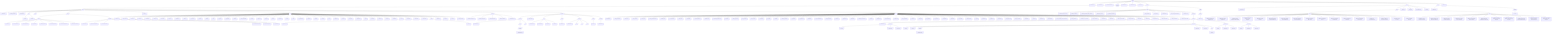
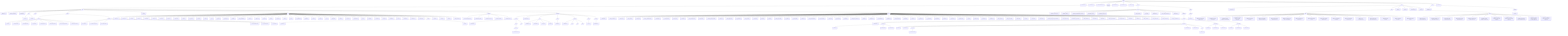
- %% antcrate tree — generated 2026-07-14T18:35:04Z
+ %% antcrate tree — generated 2026-07-16T00:10:52Z
graph TD
  root(["antcrate"])
  1["AGENTS.md"]
  root --> 1
  2["CLAUDE.md"]
  root --> 2
  3["CONTRIBUTING.md"]
  root --> 3
  4[(LICENSE)]
  root --> 4
  5["README.md"]
  root --> 5
  6["SECURITY.md"]
  root --> 6
  7["SKILL.md"]
  root --> 7
  8[/assets/]
  root --> 8
  8a[/code/]
  8 --> 8a
  8a1["AGENTS.md"]
  8a --> 8a1
  8a2["CLAUDE_CODE.md"]
  8a --> 8a2
  8a3["README.md"]
  8a --> 8a3
  8a4[/bin/]
  8a --> 8a4
  8a4a["antcrate"]
  8a4 --> 8a4a
  8a4b["antcrated"]
  8a4 --> 8a4b
  8a5[/core/]
  8a --> 8a5
  8a6[/hooks/]
  8a --> 8a6
  8a6a[/claude/]
  8a6 --> 8a6a
  8a6a1["_zones.sh"]
  8a6a --> 8a6a1
  8a6a2["activity-emitter.sh"]
  8a6a --> 8a6a2
  8a6a3["cost-anticipator.sh"]
  8a6a --> 8a6a3
  8a6a4["env-guard.sh"]
  8a6a --> 8a6a4
  8a6a5["gateway-guard.sh"]
  8a6a --> 8a6a5
  8a6a6["local-install-guard.sh"]
  8a6a --> 8a6a6
  8a6a7["session-budget-guard.sh"]
  8a6a --> 8a6a7
  8a6a8["shellcheck-on-save.sh"]
  8a6a --> 8a6a8
  8a6b[/templates/]
  8a6 --> 8a6b
  8a6b1["pre-commit-ci"]
  8a6b --> 8a6b1
  8a6b2["pre-commit-docsguard"]
  8a6b --> 8a6b2
  8a6b3["pre-commit-secrets"]
  8a6b --> 8a6b3
  8a6b4["pre-commit-stack-bash"]
  8a6b --> 8a6b4
  8a6b5["pre-push-docsguard"]
  8a6b --> 8a6b5
  8a6b6["pre-push-tests"]
  8a6b --> 8a6b6
  8a7["install.sh"]
  8a --> 8a7
  8a8[/lib/]
  8a --> 8a8
  8a8a["address.sh"]
  8a8 --> 8a8a
  8a8b["agent_init.sh"]
  8a8 --> 8a8b
  8a8c["anchor.sh"]
  8a8 --> 8a8c
  8a8d["backup.sh"]
  8a8 --> 8a8d
  8a8e["bootstrap.sh"]
  8a8 --> 8a8e
  8a8f["cleanup.sh"]
  8a8 --> 8a8f
  8a8g["commit.sh"]
  8a8 --> 8a8g
  8a8h["devops.sh"]
  8a8 --> 8a8h
  8a8i["diagrams.sh"]
  8a8 --> 8a8i
  8a8j["duties.sh"]
  8a8 --> 8a8j
  8a8k["env_scan.sh"]
  8a8 --> 8a8k
  8a8l["events.sh"]
  8a8 --> 8a8l
  8a8m["fetch.sh"]
  8a8 --> 8a8m
  8a8n["gh.sh"]
  8a8 --> 8a8n
  8a8o["git_init.sh"]
  8a8 --> 8a8o
  8a8p["git_triage.sh"]
  8a8 --> 8a8p
  8a8q["health.sh"]
  8a8 --> 8a8q
  8a8r["hook_autoinstall.sh"]
  8a8 --> 8a8r
  8a8s["hooks.sh"]
  8a8 --> 8a8s
  8a8t["hygiene.sh"]
  8a8 --> 8a8t
  8a8u["ingest.sh"]
  8a8 --> 8a8u
  8a8v["intel.sh"]
  8a8 --> 8a8v
  8a8w["lifecycle.sh"]
  8a8 --> 8a8w
  8a8x["lock.sh"]
  8a8 --> 8a8x
  8a8y["log.sh"]
  8a8 --> 8a8y
  8a8z["md_scaffold.sh"]
  8a8 --> 8a8z
  8a8aa["migrate.sh"]
  8a8 --> 8a8aa
  8a8ab["paths.sh"]
  8a8 --> 8a8ab
  8a8ac["policy.sh"]
  8a8 --> 8a8ac
  8a8ad["pp.sh"]
  8a8 --> 8a8ad
  8a8ae["preflight.sh"]
  8a8 --> 8a8ae
  8a8af["profile.sh"]
  8a8 --> 8a8af
  8a8ag["propose.sh"]
  8a8 --> 8a8ag
  8a8ah["quarantine.sh"]
  8a8 --> 8a8ah
  8a8ai["rag.sh"]
  8a8 --> 8a8ai
  8a8aj["registry.sh"]
  8a8 --> 8a8aj
  8a8ak["relocate.sh"]
  8a8 --> 8a8ak
  8a8al["safety.sh"]
  8a8 --> 8a8al
  8a8am["scaffold.sh"]
  8a8 --> 8a8am
  8a8an["scan.sh"]
  8a8 --> 8a8an
  8a8ao["schema.sh"]
  8a8 --> 8a8ao
  8a8ap["selfcheck.sh"]
  8a8 --> 8a8ap
  8a8aq["subbranch.sh"]
  8a8 --> 8a8aq
  8a8ar[/targets/]
  8a8 --> 8a8ar
  8a8ar1["git_mirror.sh"]
  8a8ar --> 8a8ar1
  8a8ar2["local.sh"]
  8a8ar --> 8a8ar2
  8a8as["targets.sh"]
  8a8 --> 8a8as
  8a8at["tooling.sh"]
  8a8 --> 8a8at
  8a8au["watch.sh"]
  8a8 --> 8a8au
  8a8av["watch_window.sh"]
  8a8 --> 8a8av
  8a9[/systemd/]
  8a --> 8a9
  8a9a["antcrate-backup.service"]
  8a9 --> 8a9a
  8a9b["antcrate-backup.timer"]
  8a9 --> 8a9b
  8a9c["antcrate-intel.service"]
  8a9 --> 8a9c
  8a9d["antcrate-intel.timer"]
  8a9 --> 8a9d
  8a9e["antcrated.service"]
  8a9 --> 8a9e
  8a10[/templates/]
  8a --> 8a10
  8a10a[/_generic/]
  8a10 --> 8a10a
  8a10a1["README.md"]
  8a10a --> 8a10a1
  8a10a2[/docs/]
  8a10a --> 8a10a2
  8a10a2a[/diagrams/]
  8a10a2 --> 8a10a2a
  8a10a2a1["architecture.mmd"]
  8a10a2a --> 8a10a2a1
  8a10a3[/src/]
  8a10a --> 8a10a3
  8a10b["config.example"]
  8a10 --> 8a10b
  8a10c[/md/]
  8a10 --> 8a10c
  8a10c1["AGENTS.md"]
  8a10c --> 8a10c1
  8a10c2["CLAUDE.md"]
  8a10c --> 8a10c2
  8a10c3["ledger.md"]
  8a10c --> 8a10c3
  8a10c4["state.md"]
  8a10c --> 8a10c4
  8a10d[/notes/]
  8a10 --> 8a10d
  8a10d1["INDEX.md"]
  8a10d --> 8a10d1
  8a10e[/projects/]
  8a10 --> 8a10e
  8a10e1["README.md"]
  8a10e --> 8a10e1
  8a10e2[/docs/]
  8a10e --> 8a10e2
  8a10e3[/src/]
  8a10e --> 8a10e3
  8a10e4[/tests/]
  8a10e --> 8a10e4
  8a10f[/scripts/]
  8a10 --> 8a10f
  8a10f1["main.sh"]
  8a10f --> 8a10f1
  8a10g[/webapps/]
  8a10 --> 8a10g
  8a10g1["README.md"]
  8a10g --> 8a10g1
  8a11[/tests/]
  8a --> 8a11
  8a11a["README.md"]
  8a11 --> 8a11a
  8a11b["activity_emitter.bats"]
  8a11 --> 8a11b
  8a11c["address.bats"]
  8a11 --> 8a11c
  8a11d["agent_init.bats"]
  8a11 --> 8a11d
  8a11e["backup.bats"]
  8a11 --> 8a11e
  8a11f["backup_orchestrator.bats"]
  8a11 --> 8a11f
  8a11g["bootstrap.bats"]
  8a11 --> 8a11g
  8a11h["ci_snapshot.bats"]
  8a11 --> 8a11h
  8a11i["cleanup.bats"]
  8a11 --> 8a11i
  8a11j["commit.bats"]
  8a11 --> 8a11j
  8a11k["cost_anticipator.bats"]
  8a11 --> 8a11k
  8a11l["diagrams.bats"]
  8a11 --> 8a11l
  8a11m["docsguard_templates.bats"]
  8a11 --> 8a11m
  8a11n["duties.bats"]
  8a11 --> 8a11n
  8a11o["duties_typed.bats"]
  8a11 --> 8a11o
  8a11p["env_guard.bats"]
  8a11 --> 8a11p
  8a11q["env_scan.bats"]
  8a11 --> 8a11q
  8a11r["events.bats"]
  8a11 --> 8a11r
  8a11s["fetch.bats"]
  8a11 --> 8a11s
  8a11t["gate.bats"]
  8a11 --> 8a11t
  8a11u["gateway_guard.bats"]
  8a11 --> 8a11u
  8a11v["git_init.bats"]
  8a11 --> 8a11v
  8a11w["git_triage.bats"]
  8a11 --> 8a11w
  8a11x["health.bats"]
  8a11 --> 8a11x
  8a11y["hook_autoinstall.bats"]
  8a11 --> 8a11y
  8a11z["hook_smoke.bats"]
  8a11 --> 8a11z
  8a11aa["hooks.bats"]
  8a11 --> 8a11aa
  8a11ab["hygiene.bats"]
  8a11 --> 8a11ab
  8a11ac["ingest.bats"]
  8a11 --> 8a11ac
  8a11ad["install_from_source.bats"]
  8a11 --> 8a11ad
  8a11ae["intel.bats"]
  8a11 --> 8a11ae
  8a11af["lifecycle.bats"]
  8a11 --> 8a11af
  8a11ag["md_scaffold.bats"]
  8a11 --> 8a11ag
  8a11ah["migrate.bats"]
  8a11 --> 8a11ah
  8a11ai["new_bundle.bats"]
  8a11 --> 8a11ai
  8a11aj["paths.bats"]
  8a11 --> 8a11aj
  8a11ak["policy.bats"]
  8a11 --> 8a11ak
  8a11al["pp_gate.bats"]
  8a11 --> 8a11al
  8a11am["pp_panel.bats"]
  8a11 --> 8a11am
  8a11an["preflight.bats"]
  8a11 --> 8a11an
  8a11ao["profile.bats"]
  8a11 --> 8a11ao
  8a11ap["propose.bats"]
  8a11 --> 8a11ap
  8a11aq["quarantine.bats"]
  8a11 --> 8a11aq
  8a11ar["rag.bats"]
  8a11 --> 8a11ar
  8a11as["register.bats"]
  8a11 --> 8a11as
  8a11at["registry.bats"]
  8a11 --> 8a11at
  8a11au["relocate.bats"]
  8a11 --> 8a11au
  8a11av["safety_gate.bats"]
  8a11 --> 8a11av
  8a11aw["safety_zones.bats"]
  8a11 --> 8a11aw
  8a11ax["scaffold.bats"]
  8a11 --> 8a11ax
  8a11ay["scan.bats"]
  8a11 --> 8a11ay
  8a11az["schema.bats"]
  8a11 --> 8a11az
  8a11ba["selfcheck.bats"]
  8a11 --> 8a11ba
  8a11bb["session_budget_guard_models.bats"]
  8a11 --> 8a11bb
  8a11bc["session_gate.bats"]
  8a11 --> 8a11bc
  8a11bd["shellcheck_on_save.bats"]
  8a11 --> 8a11bd
  8a11be["skills_builder.bats"]
  8a11 --> 8a11be
  8a11bf["subcmd.bats"]
  8a11 --> 8a11bf
  8a11bg["targets.bats"]
  8a11 --> 8a11bg
  8a11bh["targets_git_mirror.bats"]
  8a11 --> 8a11bh
  8a11bi["targets_local.bats"]
  8a11 --> 8a11bi
  8a11bj["tooling.bats"]
  8a11 --> 8a11bj
  8a11bk["watch.bats"]
  8a11 --> 8a11bk
  8a11bl["watch_live.bats"]
  8a11 --> 8a11bl
  8a11bm["watch_smoke.bats"]
  8a11 --> 8a11bm
  8a11bn["watch_window.bats"]
  8a11 --> 8a11bn
  8a11bo["wrapper_dispatch.bats"]
  8a11 --> 8a11bo
  8b[/docs/]
  8 --> 8b
  8b1["AntCrate_blueprint_v0.pdf"]
  8b --> 8b1
  8b2["BUNDLE_SPEC.md"]
  8b --> 8b2
  8b3["DIAGRAM_AUTOMATION_GUIDE.md"]
  8b --> 8b3
  8b4["DIAGRAM_PLAN.md"]
  8b --> 8b4
  8b5["GH_PIPELINE_PLAN.md"]
  8b --> 8b5
  8b6["HOOK_PLAN.md"]
  8b --> 8b6
  8b7["LIB_MAP.md"]
  8b --> 8b7
  8b8["PATTERNS.md"]
  8b --> 8b8
  8b9["POST_DEV_BACKLOG.md"]
  8b --> 8b9
  8b10["architecture.md"]
  8b --> 8b10
  8b11[/examples/]
  8b --> 8b11
  8b11a[/bundles/]
  8b11 --> 8b11a
  8b11a1["README.md"]
  8b11a --> 8b11a1
  8b11a2[/composite/]
  8b11a --> 8b11a2
  8b11a2a["STATUS"]
  8b11a2 --> 8b11a2a
  8b11a2b["manifest.json"]
  8b11a2 --> 8b11a2b
  8b11a2c["research.md"]
  8b11a2 --> 8b11a2c
  8b11a3[/git-pinned/]
  8b11a --> 8b11a3
  8b11a3a["STATUS"]
  8b11a3 --> 8b11a3a
  8b11a3b["claude.md"]
  8b11a3 --> 8b11a3b
  8b11a3c[/diagrams/]
  8b11a3 --> 8b11a3c
  8b11a3c1["architecture.mmd"]
  8b11a3c --> 8b11a3c1
  8b11a3d["manifest.json"]
  8b11a3 --> 8b11a3d
  8b11a3e["research.md"]
  8b11a3 --> 8b11a3e
  8b11a3f[/skill/]
  8b11a3 --> 8b11a3f
  8b11a3f1["SKILL.md"]
  8b11a3f --> 8b11a3f1
  8b11a4[/supersedes/]
  8b11a --> 8b11a4
  8b11a4a["STATUS"]
  8b11a4 --> 8b11a4a
  8b11a4b["manifest.json"]
  8b11a4 --> 8b11a4b
  8b11a4c["research.md"]
  8b11a4 --> 8b11a4c
  8b11a5[/theoretical/]
  8b11a --> 8b11a5
  8b11a5a["STATUS"]
  8b11a5 --> 8b11a5a
  8b11a5b["manifest.json"]
  8b11a5 --> 8b11a5b
  8b11a5c["research.md"]
  8b11a5 --> 8b11a5c
  8c[/skills/]
  8 --> 8c
  8c1[/builder/]
  8c --> 8c1
  8c1a["SKILL.md"]
  8c1 --> 8c1a
  9[/dev/]
  root --> 9
  9a["composes.md"]
  9 --> 9a
  9b[/docs/]
  9 --> 9b
  9b1[/plans/]
  9b --> 9b1
  9b1a["2026-06-01-gateway-rule-violations-fix.md"]
  9b1 --> 9b1a
  9b1b["2026-06-06-relocate-command.md"]
  9b1 --> 9b1b
  9b1c["2026-06-10-session-budget-gate-and-duties.md"]
  9b1 --> 9b1c
  9b1d["2026-06-11-least-cost-allocation-and-skill-scoping.md"]
  9b1 --> 9b1d
  9b1e["2026-06-13-xdg-path-layout.md"]
  9b1 --> 9b1e
  9b1f["2026-06-14-multi-target-backup-foundation.md"]
  9b1 --> 9b1f
  9b1g["2026-07-10-bundling-p1-detty-dispatcher.md"]
  9b1 --> 9b1g
  9b1h["2026-07-10-bundling-p2-pp-panel-new-bundle.md"]
  9b1 --> 9b1h
  9b1i["2026-07-10-bundling-p3-attic-cuts.md"]
  9b1 --> 9b1i
  9b1j["2026-07-10-bundling-p4-rag.md"]
  9b1 --> 9b1j
  9b1k["2026-07-10-bundling-p5-rag-selfheal.md"]
  9b1 --> 9b1k
  9b1l["2026-07-10-bundling-p7-intel-fold.md"]
  9b1 --> 9b1l
  9b1m["2026-07-10-bundling-p8-retirement.md"]
  9b1 --> 9b1m
  9b1n["2026-07-11-g1-shipanywhere.md"]
  9b1 --> 9b1n
  9b1o["2026-07-11-g3p1-intel-kinds-user-sources.md"]
  9b1 --> 9b1o
  9b1p["2026-07-12-g2-git-mirror.md"]
  9b1 --> 9b1p
  9b1q["2026-07-14-bizcrate-design.md"]
  9b1 --> 9b1q
+   9b1r["2026-07-14-bizcrate-v0-plan.md"]
+   9b1 --> 9b1r
  9b2[/specs/]
  9b --> 9b2
  9b2a["2026-05-31-harness-enforcement-layer.md"]
  9b2 --> 9b2a
  9b2b["2026-06-01-gateway-rule-violations-fix-design.md"]
  9b2 --> 9b2b
  9b2c["2026-06-06-relocate-command-design.md"]
  9b2 --> 9b2c
  9b2d["2026-06-09-loop-engine-harness-design.md"]
  9b2 --> 9b2d
  9b2e["2026-06-10-anthropic-intel-tracker-design.md"]
  9b2 --> 9b2e
  9b2f["2026-06-10-anycrate-capability-layer-design.md"]
  9b2 --> 9b2f
  9b2g["2026-06-10-session-budget-gate-and-duties-design.md"]
  9b2 --> 9b2g
  9b2h["2026-06-11-least-cost-allocation-and-skill-scoping-design.md"]
  9b2 --> 9b2h
  9b2i["2026-06-13-local-tooling-and-install-guard-design.md"]
  9b2 --> 9b2i
  9b2j["2026-06-13-universal-install-and-publication-boundary-design.md"]
  9b2 --> 9b2j
  9b2k["2026-06-14-multi-target-backup-and-dev-mirror-design.md"]
  9b2 --> 9b2k
  9c["duties.md"]
  9 --> 9c
  9d["ledger.md"]
  9 --> 9d
  9e["state-archive.md"]
  9 --> 9e
  9f["state.md"]
  9 --> 9f
  10[/docs/]
  root --> 10
  10a["MANUAL.md"]
  10 --> 10a
  10b[/diagrams/]
  10 --> 10b
  10b1["tree.mmd"]
  10b --> 10b1
  11["stack.md"]
  root --> 11
